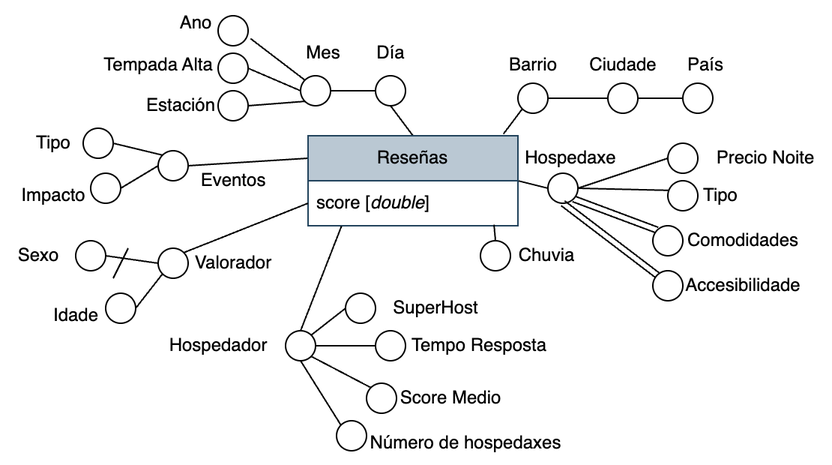
PepeRoConde/BD2 keeps this draw.io diagram as entrega_02/memoria/diagramas/multidimensional.drawio.png. Above is the earlier version. Source tidied: cells renumbered, new cells last; positions are measured from the earlier drawing's top-left corner, leaving out a move shared by most shapes.
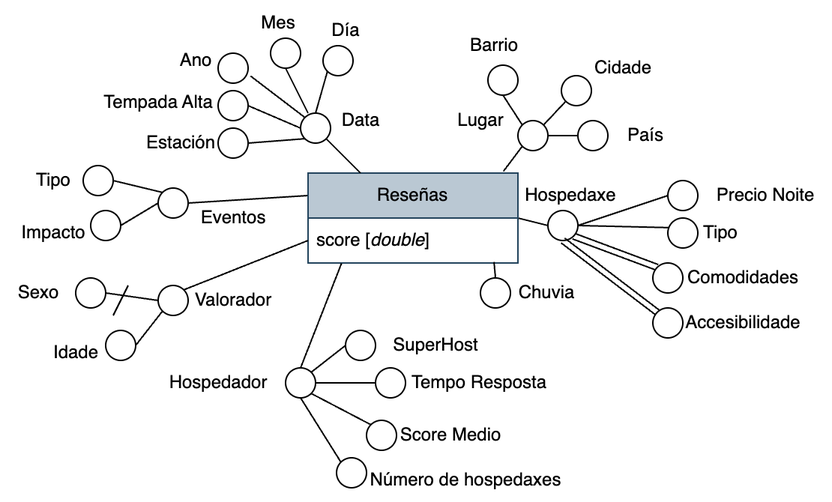
After the commit.

Change to the diagram source:
```diff
@@ -5,9 +5,6 @@
     <mxCell id="2" style="rounded=0;jettySize=auto;html=1;exitX=1;exitY=0.5;exitDx=0;exitDy=0;entryX=0;entryY=0.5;entryDx=0;entryDy=0;endArrow=none;startFill=0;" parent="1" edge="1" source="5" target="12">
       <mxGeometry relative="1" as="geometry" />
     </mxCell>
-    <mxCell id="3" style="rounded=0;jettySize=auto;html=1;exitX=0.5;exitY=0;exitDx=0;exitDy=0;entryX=0.5;entryY=1;entryDx=0;entryDy=0;endArrow=none;startFill=0;" parent="1" edge="1" source="5" target="24">
-      <mxGeometry relative="1" as="geometry" />
-    </mxCell>
     <mxCell id="4" style="rounded=0;jettySize=auto;html=1;exitX=0;exitY=0.25;exitDx=0;exitDy=0;endArrow=none;startFill=0;entryX=1;entryY=0.5;entryDx=0;entryDy=0;" parent="1" edge="1" source="5" target="51">
       <mxGeometry relative="1" as="geometry" />
     </mxCell>
@@ -57,22 +54,22 @@
       <mxGeometry x="100" y="215" width="90" height="30" as="geometry" />
     </mxCell>
     <mxCell id="20" value="Mes" style="text;html=1;align=center;verticalAlign=middle;strokeColor=none;fillColor=none;" parent="1" vertex="1">
-      <mxGeometry x="190" y="20" width="50" height="30" as="geometry" />
+      <mxGeometry x="160" y="-25" width="50" height="30" as="geometry" />
     </mxCell>
-    <mxCell id="21" style="rounded=0;jettySize=auto;html=1;exitX=1;exitY=0.5;exitDx=0;exitDy=0;entryX=0;entryY=0.5;entryDx=0;entryDy=0;endArrow=none;startFill=0;" parent="1" edge="1" source="23" target="24">
-      <mxGeometry relative="1" as="geometry" />
-    </mxCell>
     <mxCell id="22" style="rounded=0;jettySize=auto;html=1;exitX=0;exitY=1;exitDx=0;exitDy=0;entryX=1;entryY=0.5;entryDx=0;entryDy=0;endArrow=none;startFill=0;" parent="1" edge="1" source="23" target="40">
       <mxGeometry relative="1" as="geometry" />
     </mxCell>
+    <mxCell id="80" style="rounded=0;jettySize=auto;html=1;exitX=1;exitY=1;exitDx=0;exitDy=0;entryX=0.25;entryY=0;entryDx=0;entryDy=0;endArrow=none;startFill=0;" parent="1" edge="1" source="23" target="5">
+      <mxGeometry relative="1" as="geometry" />
+    </mxCell>
+    <mxCell id="81" style="rounded=0;jettySize=auto;html=1;exitX=0.5;exitY=0;exitDx=0;exitDy=0;entryX=0;entryY=1;entryDx=0;entryDy=0;endArrow=none;startFill=0;" parent="1" edge="1" source="23" target="86">
+      <mxGeometry relative="1" as="geometry" />
+    </mxCell>
     <mxCell id="23" style="ellipse;whiteSpace=wrap;html=1;" parent="1" vertex="1">
       <mxGeometry x="200" y="50" width="20" height="20" as="geometry" />
     </mxCell>
-    <mxCell id="24" style="ellipse;whiteSpace=wrap;html=1;" parent="1" vertex="1">
-      <mxGeometry x="250" y="50" width="20" height="20" as="geometry" />
-    </mxCell>
     <mxCell id="25" value="Día" style="text;html=1;align=center;verticalAlign=middle;strokeColor=none;fillColor=none;" parent="1" vertex="1">
-      <mxGeometry x="240" y="20" width="40" height="30" as="geometry" />
+      <mxGeometry x="210" y="-20" width="40" height="30" as="geometry" />
     </mxCell>
     <mxCell id="26" style="rounded=0;jettySize=auto;html=1;exitX=1;exitY=0.5;exitDx=0;exitDy=0;entryX=0;entryY=0.5;entryDx=0;entryDy=0;endArrow=none;startFill=0;" parent="1" edge="1" source="27" target="23">
       <mxGeometry relative="1" as="geometry" />
@@ -83,8 +80,8 @@
     <mxCell id="28" value="Ano" style="text;html=1;align=center;verticalAlign=middle;strokeColor=none;fillColor=none;" parent="1" vertex="1">
       <mxGeometry x="110" width="40" height="30" as="geometry" />
     </mxCell>
-    <mxCell id="29" value="Barrio" style="text;html=1;align=center;verticalAlign=middle;strokeColor=none;fillColor=none;" parent="1" vertex="1">
-      <mxGeometry x="325" y="28" width="60" height="30" as="geometry" />
+    <mxCell id="29" value="Lugar" style="text;html=1;align=center;verticalAlign=middle;strokeColor=none;fillColor=none;" parent="1" vertex="1">
+      <mxGeometry x="295" y="40" width="50" height="30" as="geometry" />
     </mxCell>
     <mxCell id="30" style="ellipse;whiteSpace=wrap;html=1;" parent="1" vertex="1">
       <mxGeometry x="320" y="160" width="20" height="20" as="geometry" />
@@ -95,6 +92,12 @@
     <mxCell id="32" style="rounded=0;jettySize=auto;html=1;exitX=1;exitY=0.5;exitDx=0;exitDy=0;entryX=0;entryY=0.5;entryDx=0;entryDy=0;endArrow=none;startFill=0;" parent="1" edge="1" source="33" target="37">
       <mxGeometry relative="1" as="geometry" />
     </mxCell>
+    <mxCell id="82" style="rounded=0;jettySize=auto;html=1;exitX=0;exitY=0;exitDx=0;exitDy=0;entryX=0.5;entryY=1;entryDx=0;entryDy=0;endArrow=none;startFill=0;" parent="1" edge="1" source="33" target="88">
+      <mxGeometry relative="1" as="geometry" />
+    </mxCell>
+    <mxCell id="83" style="rounded=0;jettySize=auto;html=1;exitX=1;exitY=0;exitDx=0;exitDy=0;entryX=0;entryY=1;entryDx=0;entryDy=0;endArrow=none;startFill=0;" parent="1" edge="1" source="33" target="35">
+      <mxGeometry relative="1" as="geometry" />
+    </mxCell>
     <mxCell id="33" style="ellipse;whiteSpace=wrap;html=1;" parent="1" vertex="1">
       <mxGeometry x="345" y="55" width="20" height="20" as="geometry" />
     </mxCell>
@@ -102,19 +105,16 @@
       <mxGeometry x="250" y="220" width="20" height="20" as="geometry" />
     </mxCell>
     <mxCell id="35" style="ellipse;whiteSpace=wrap;html=1;" parent="1" vertex="1">
-      <mxGeometry x="455" y="55" width="20" height="20" as="geometry" />
+      <mxGeometry x="374" y="25" width="20" height="20" as="geometry" />
     </mxCell>
-    <mxCell id="36" style="rounded=0;jettySize=auto;html=1;exitX=1;exitY=0.5;exitDx=0;exitDy=0;entryX=0;entryY=0.5;entryDx=0;entryDy=0;endArrow=none;startFill=0;" parent="1" edge="1" source="37" target="35">
-      <mxGeometry relative="1" as="geometry" />
-    </mxCell>
     <mxCell id="37" style="ellipse;whiteSpace=wrap;html=1;" parent="1" vertex="1">
-      <mxGeometry x="405" y="55" width="20" height="20" as="geometry" />
+      <mxGeometry x="385" y="55" width="20" height="20" as="geometry" />
     </mxCell>
-    <mxCell id="38" value="Ciudade" style="text;html=1;align=center;verticalAlign=middle;strokeColor=none;fillColor=none;" parent="1" vertex="1">
-      <mxGeometry x="380" y="28" width="70" height="30" as="geometry" />
+    <mxCell id="38" value="Cidade" style="text;html=1;align=center;verticalAlign=middle;strokeColor=none;fillColor=none;" parent="1" vertex="1">
+      <mxGeometry x="385" y="5" width="60" height="30" as="geometry" />
     </mxCell>
     <mxCell id="39" value="País" style="text;html=1;align=center;verticalAlign=middle;strokeColor=none;fillColor=none;" parent="1" vertex="1">
-      <mxGeometry x="445" y="28" width="50" height="30" as="geometry" />
+      <mxGeometry x="405" y="50" width="50" height="30" as="geometry" />
     </mxCell>
     <mxCell id="40" style="ellipse;whiteSpace=wrap;html=1;" parent="1" vertex="1">
       <mxGeometry x="145" y="60" width="20" height="20" as="geometry" />
@@ -239,5 +239,25 @@
     <mxCell id="79" style="rounded=0;jettySize=auto;html=1;exitX=0.5;exitY=0;exitDx=0;exitDy=0;entryX=0.159;entryY=1.013;entryDx=0;entryDy=0;entryPerimeter=0;endArrow=none;startFill=0;" parent="1" edge="1" source="18" target="6">
       <mxGeometry relative="1" as="geometry" />
     </mxCell>
+    <mxCell id="84" style="rounded=0;jettySize=auto;html=1;exitX=0.5;exitY=1;exitDx=0;exitDy=0;endArrow=none;startFill=0;" parent="1" edge="1" source="85">
+      <mxGeometry relative="1" as="geometry">
+        <mxPoint x="205" y="50" as="targetPoint" />
+      </mxGeometry>
+    </mxCell>
+    <mxCell id="85" style="ellipse;whiteSpace=wrap;html=1;" parent="1" vertex="1">
+      <mxGeometry x="180" width="20" height="20" as="geometry" />
+    </mxCell>
+    <mxCell id="86" style="ellipse;whiteSpace=wrap;html=1;" parent="1" vertex="1">
+      <mxGeometry x="215" y="5" width="20" height="20" as="geometry" />
+    </mxCell>
+    <mxCell id="87" value="Data" style="text;html=1;align=center;verticalAlign=middle;strokeColor=none;fillColor=none;" parent="1" vertex="1">
+      <mxGeometry x="215" y="40" width="50" height="30" as="geometry" />
+    </mxCell>
+    <mxCell id="88" style="ellipse;whiteSpace=wrap;html=1;" parent="1" vertex="1">
+      <mxGeometry x="325" y="18" width="20" height="20" as="geometry" />
+    </mxCell>
+    <mxCell id="89" value="Barrio" style="text;html=1;align=center;verticalAlign=middle;strokeColor=none;fillColor=none;" parent="1" vertex="1">
+      <mxGeometry x="299" y="-10" width="60" height="30" as="geometry" />
+    </mxCell>
   </root>
 </mxGraphModel>
```
